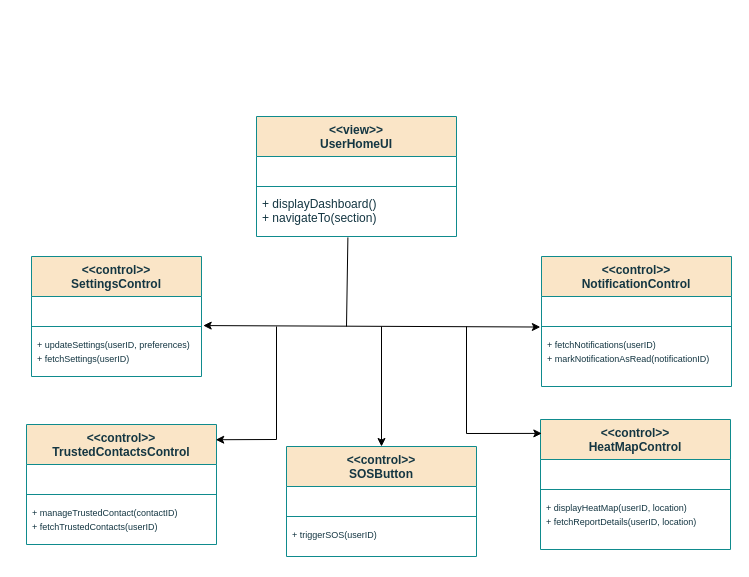
Earlier version of the draw.io diagram page "2. User Home Page" (2 of 3) of Untitled Diagram.drawio (TH-014/CSE_326). Source tidied: cells renumbered, new cells numbered last; positions are measured from the earlier drawing's top-left corner, leaving out a move shared by most shapes. Both pictures are drawn from the tidied source at 100%, with x=0, y=0 at pixel (26, 116).
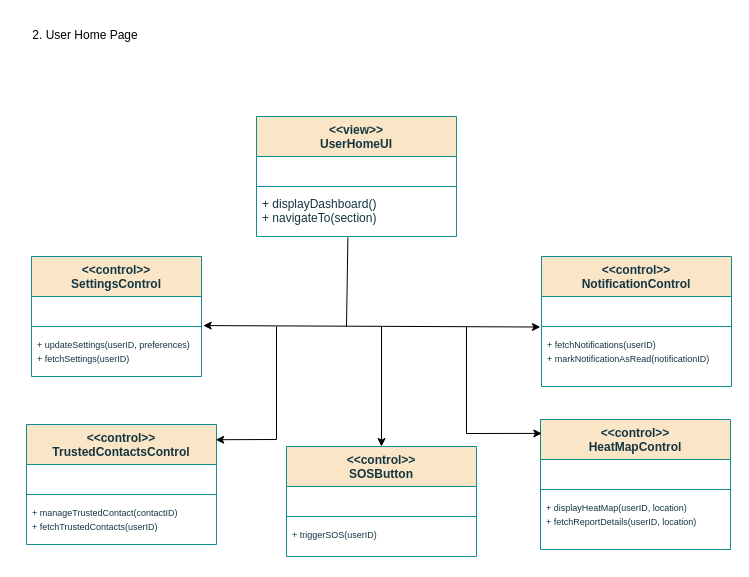
After the change.

What changed in the source:
```diff
@@
+    <mxCell id="31" value="2. User Home Page" style="text;html=1;align=center;verticalAlign=middle;whiteSpace=wrap;rounded=0;" parent="1" vertex="1">
+      <mxGeometry x="-9" y="-99" width="136" height="35" as="geometry" />
+    </mxCell>
```
